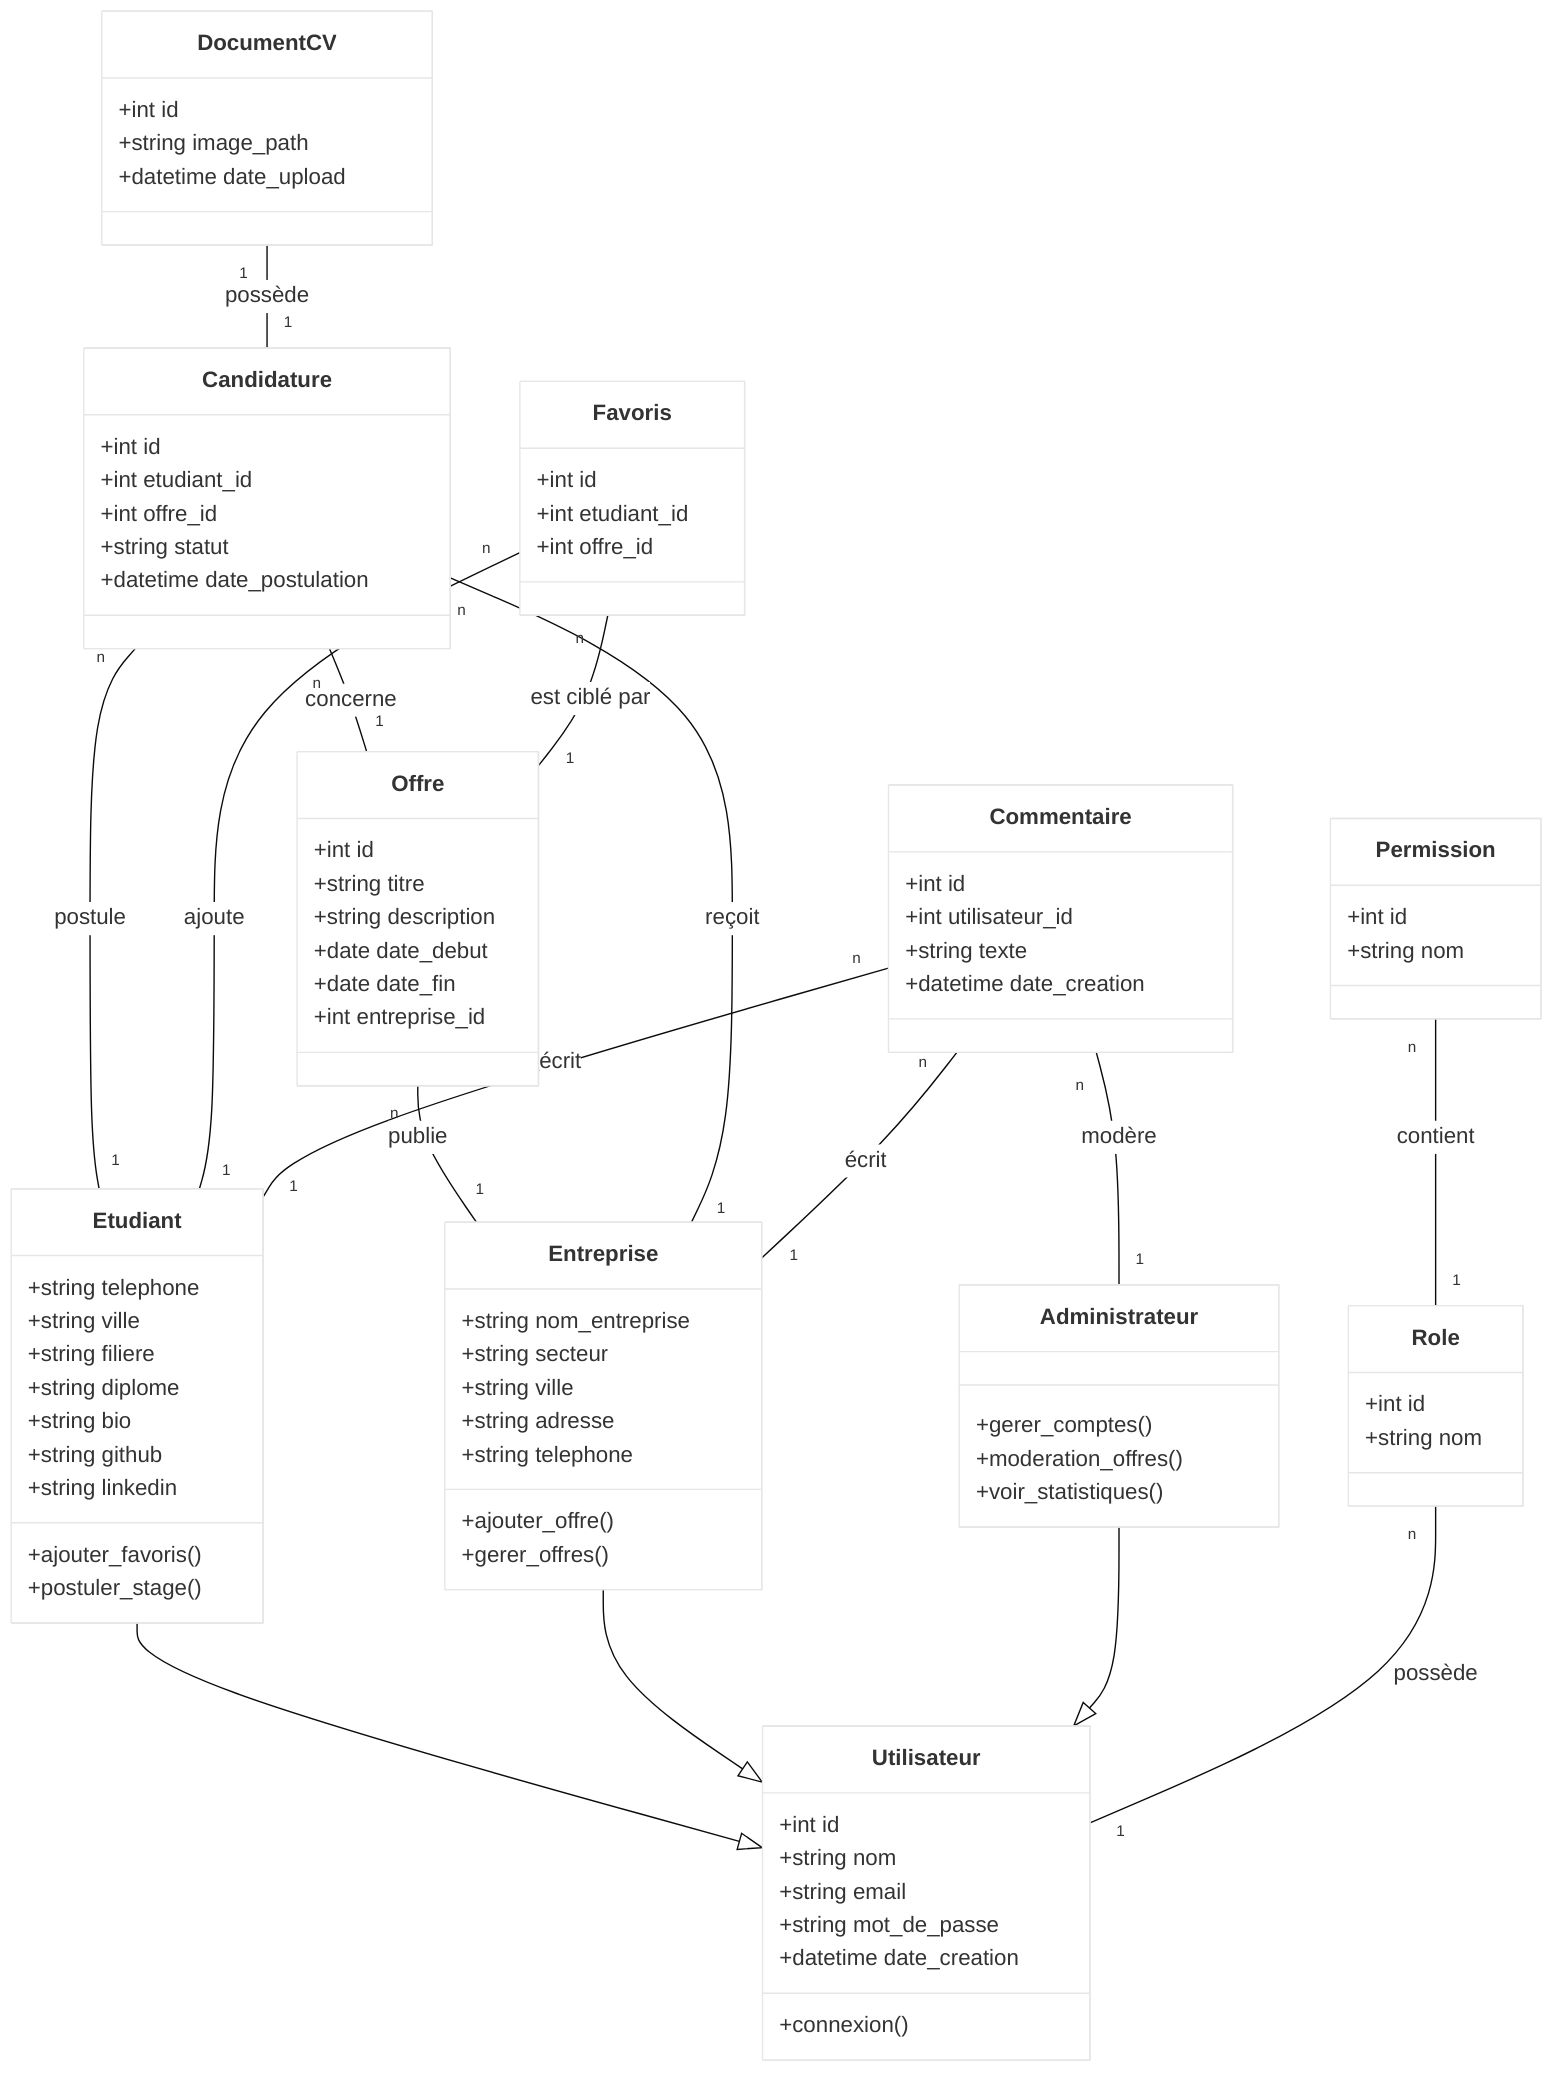
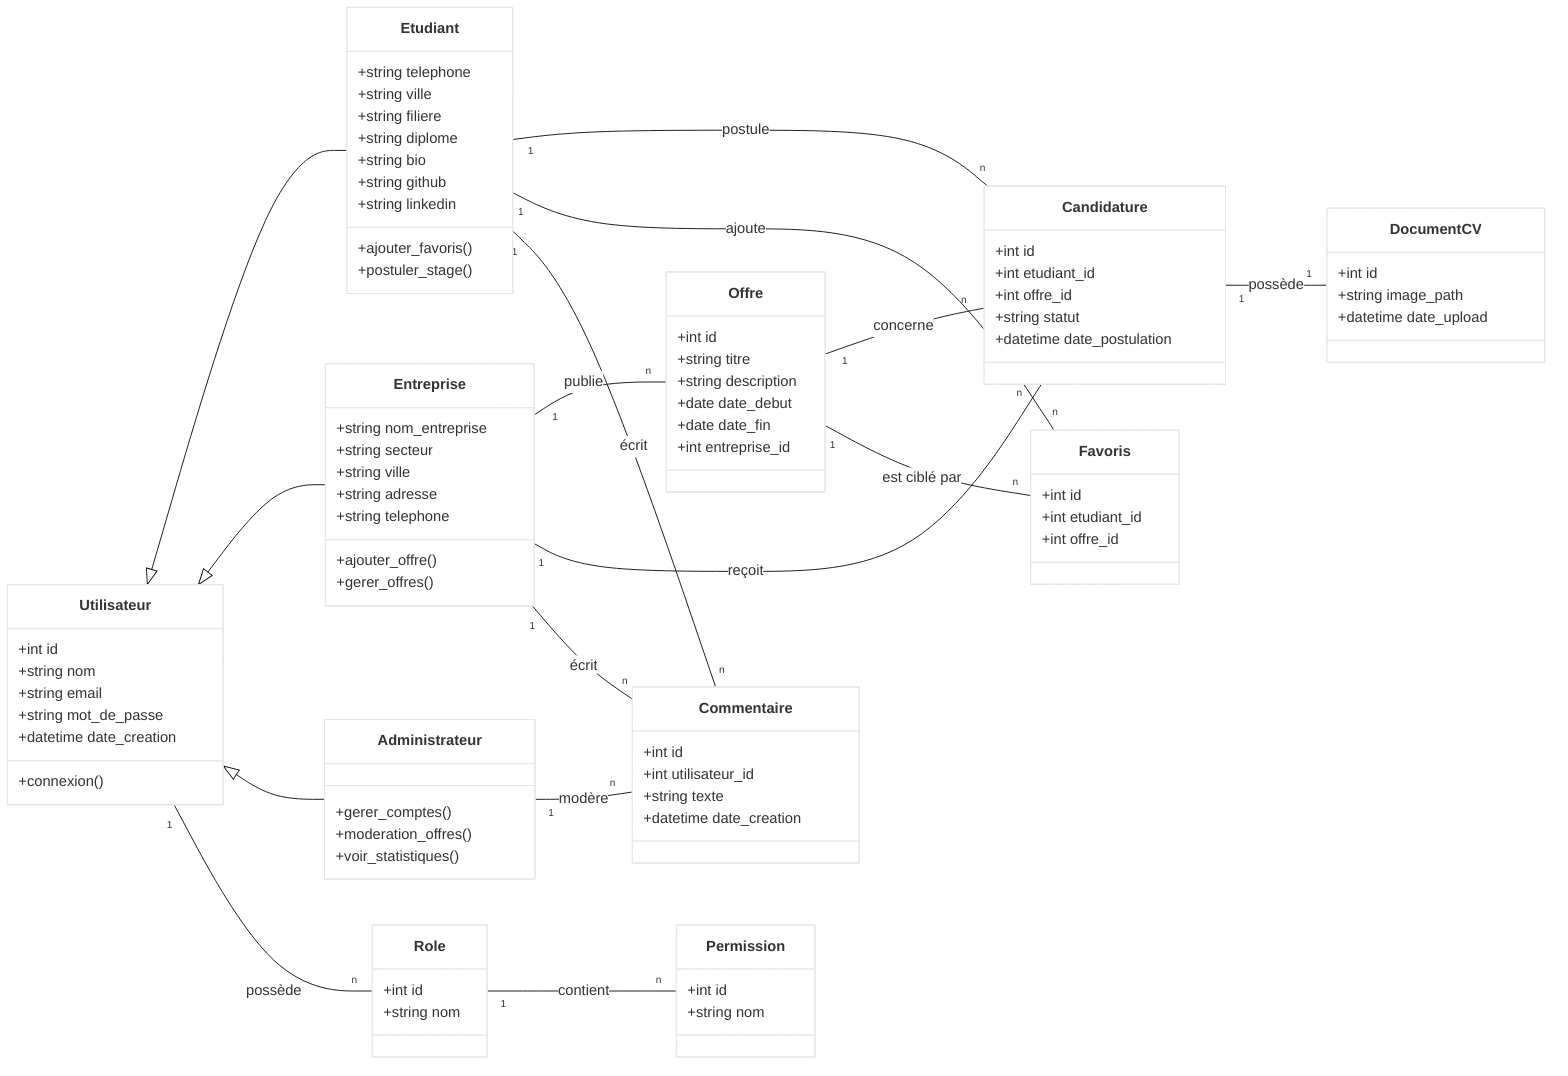
%%{init: {'theme': 'base', 'themeVariables': { 'primaryColor': '#ffffff', 'edgeLabelBackground':'#ffffff', 'tertiaryColor': '#ffffff'}}}%%
classDiagram
-     direction BT
+     direction LR

    %% ====================
-     %% Classes de base
+     %% Classes de base (Utilisateurs)
    %% ====================
    class Utilisateur {
        +int id
        +string nom
        +string email
        +string mot_de_passe
        +datetime date_creation
        +connexion()
    }

    class Etudiant {
        +string telephone
        +string ville
        +string filiere
        +string diplome
        +string bio
        +string github
        +string linkedin
        +ajouter_favoris()
        +postuler_stage()
    }

    class Entreprise {
        +string nom_entreprise
        +string secteur
        +string ville
        +string adresse
        +string telephone
        +ajouter_offre()
        +gerer_offres()
    }

    class Administrateur {
        +gerer_comptes()
        +moderation_offres()
        +voir_statistiques()
    }

    %% ====================
    %% Entités Métier
    %% ====================
    class Offre {
        +int id
        +string titre
        +string description
        +date date_debut
        +date date_fin
        +int entreprise_id
    }

    class Candidature {
        +int id
        +int etudiant_id
        +int offre_id
        +string statut
        +datetime date_postulation
    }

-     %% CORRECTION 1: DocumentCV comme classe distincte
    class DocumentCV {
        +int id
        +string image_path
        +datetime date_upload
    }

    class Commentaire {
        +int id
        +int utilisateur_id
        +string texte
        +datetime date_creation
    }

    class Favoris {
        +int id
        +int etudiant_id
        +int offre_id
    }

    class Role {
        +int id
        +string nom
    }

    class Permission {
        +int id
        +string nom
    }

    %% ====================
-     %% Héritage
+     %% Héritage (Direction maintenue pour la cohérence)
    %% ====================
    Utilisateur <|-- Etudiant
    Utilisateur <|-- Entreprise
    Utilisateur <|-- Administrateur

    %% ====================
    %% Relations & Cardinalités
    %% ====================

    Utilisateur "1" -- "n" Role : possède
    Role "1" -- "n" Permission : contient

    Etudiant "1" -- "n" Candidature : postule
    Etudiant "1" -- "n" Favoris : ajoute
    Etudiant "1" -- "n" Commentaire : écrit

    Entreprise "1" -- "n" Offre : publie
    Entreprise "1" -- "n" Candidature : reçoit
    Entreprise "1" -- "n" Commentaire : écrit

-     %% CORRECTION 2: Relation explicite entre Offre et Candidature
    Offre "1" -- "n" Candidature : concerne
- 
    Offre "1" -- "n" Favoris : est ciblé par

    Administrateur "1" -- "n" Commentaire : modère

-     %% Relation pour la nouvelle classe DocumentCV
    Candidature "1" -- "1" DocumentCV : possède